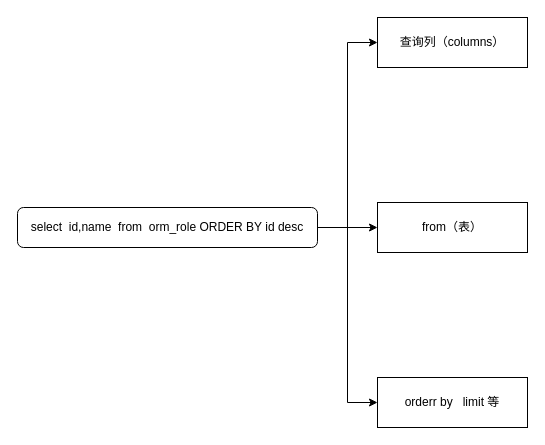
Above: select/select.drawio in sxm99/sqldag (draw.io), before the change. Source tidied: cells renumbered, new cells numbered last; positions are measured from the earlier drawing's top-left corner, leaving out a move shared by most shapes. Both pictures are drawn from the tidied source at 100%, with x=0, y=0 at pixel (17, 17).
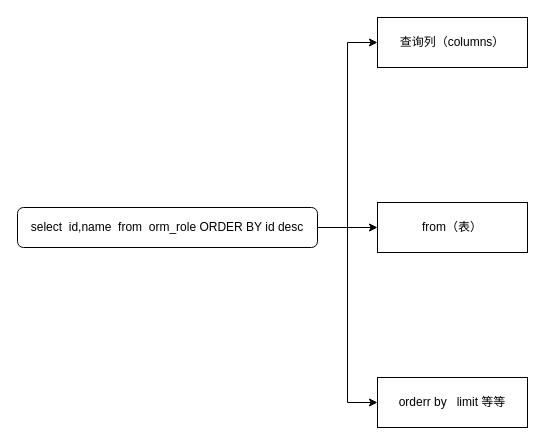
After the change.

Change to the diagram source:
```diff
@@
 <mxGraphModel>
   <root>
     <mxCell id="0" />
     <mxCell id="1" parent="0" />
     <mxCell id="2" style="edgeStyle=orthogonalEdgeStyle;rounded=0;jettySize=auto;html=1;entryX=0;entryY=0.5;entryDx=0;entryDy=0;" parent="1" edge="1" source="5" target="7">
       <mxGeometry relative="1" as="geometry" />
     </mxCell>
     <mxCell id="3" style="edgeStyle=orthogonalEdgeStyle;rounded=0;jettySize=auto;html=1;entryX=0;entryY=0.5;entryDx=0;entryDy=0;" parent="1" edge="1" source="5" target="8">
       <mxGeometry relative="1" as="geometry" />
     </mxCell>
     <mxCell id="4" style="edgeStyle=orthogonalEdgeStyle;rounded=0;jettySize=auto;html=1;entryX=0;entryY=0.5;entryDx=0;entryDy=0;" parent="1" edge="1" source="5" target="6">
       <mxGeometry relative="1" as="geometry" />
     </mxCell>
     <mxCell id="5" value="select&amp;nbsp; id,name&amp;nbsp; from&amp;nbsp; orm_role &#9;ORDER BY id desc" style="rounded=1;whiteSpace=wrap;html=1;fontSize=12;glass=0;strokeWidth=1;shadow=0;" parent="1" vertex="1">
       <mxGeometry y="190" width="300" height="40" as="geometry" />
     </mxCell>
     <mxCell id="6" value="查询列（columns）" style="rounded=0;whiteSpace=wrap;html=1;" parent="1" vertex="1">
       <mxGeometry x="360" width="150" height="50" as="geometry" />
     </mxCell>
     <mxCell id="7" value="from（表）" style="rounded=0;whiteSpace=wrap;html=1;" parent="1" vertex="1">
       <mxGeometry x="360" y="185" width="150" height="50" as="geometry" />
     </mxCell>
-    <mxCell id="8" value="orderr by&amp;nbsp; &amp;nbsp;limit 等" style="rounded=0;whiteSpace=wrap;html=1;" parent="1" vertex="1">
+    <mxCell id="8" value="orderr by&amp;nbsp; &amp;nbsp;limit 等等" style="rounded=0;whiteSpace=wrap;html=1;" parent="1" vertex="1">
       <mxGeometry x="360" y="360" width="150" height="50" as="geometry" />
     </mxCell>
   </root>
 </mxGraphModel>
```
